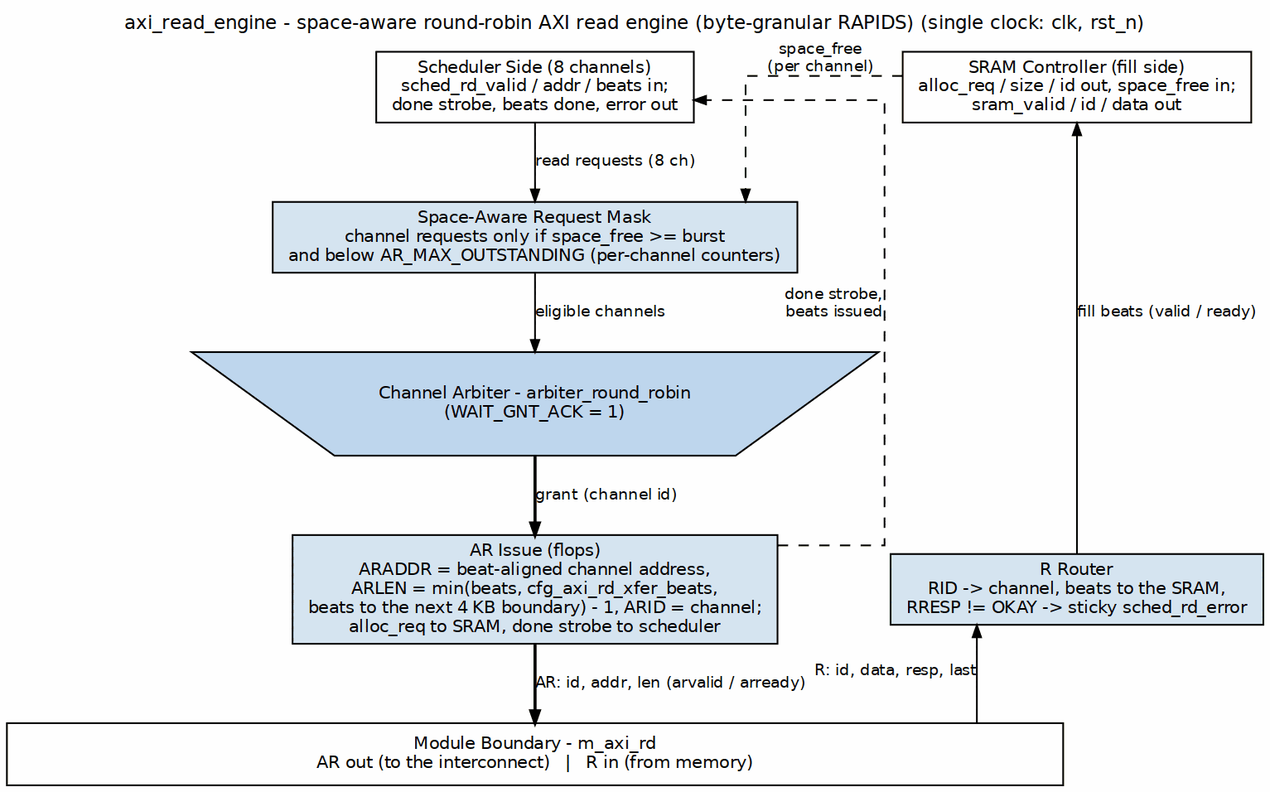
Earlier version of the Graphviz export projects/components/dma-ip/rapids/docs/rapids_mas/assets/graphviz/05_axi_read_engine.png (sean-galloway/RTLDesignSherpa). Its source is kept beside it as projects/components/dma-ip/rapids/docs/rapids_mas/assets/graphviz/05_axi_read_engine.dot.
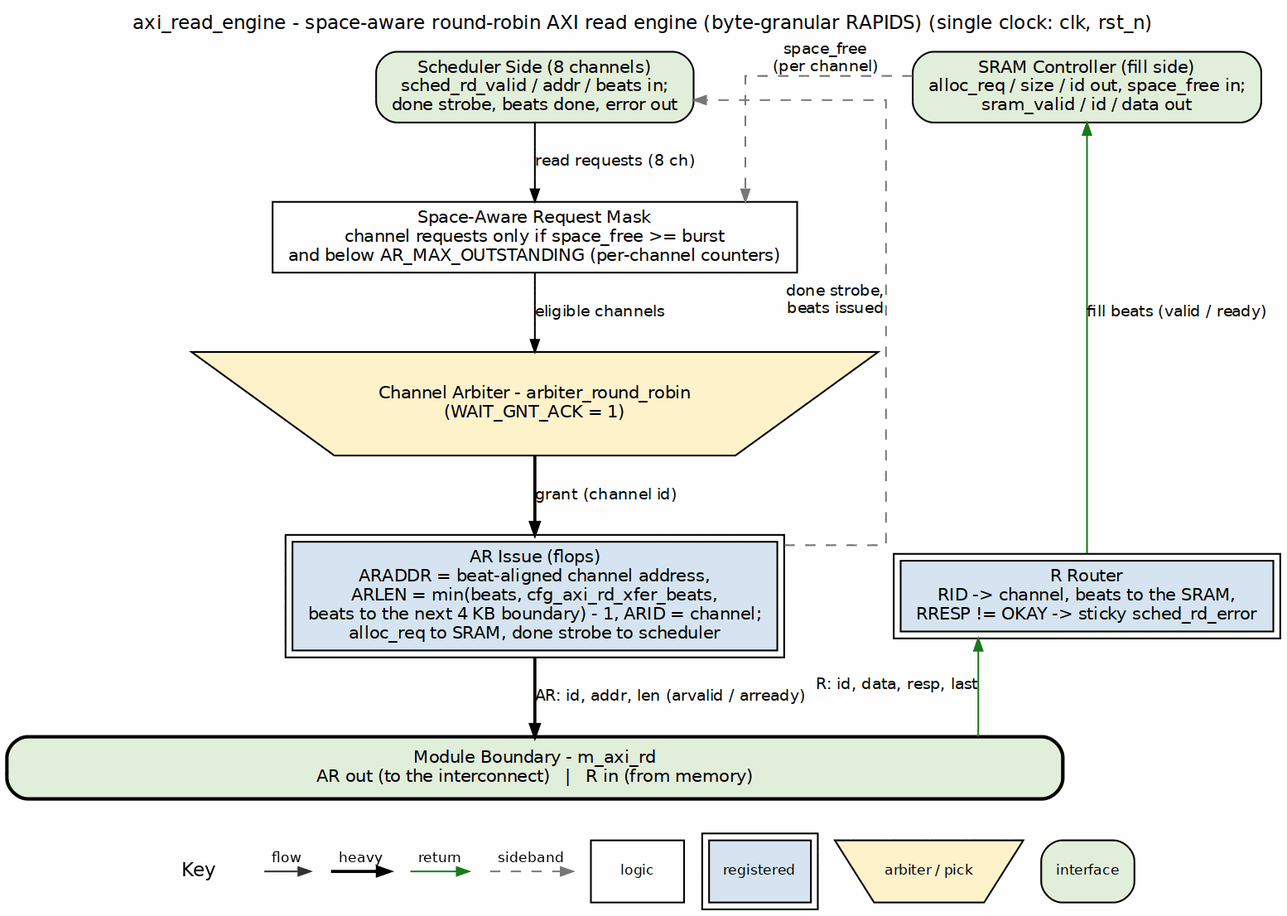
The same diagram one commit later.

What changed in the source:
```diff
@@ -4,27 +4,27 @@
            label="axi_read_engine - space-aware round-robin AXI read engine (byte-granular RAPIDS) (single clock: clk, rst_n)",
            labelloc=t, labeljust=c];
     node  [fontname="Helvetica", fontsize=10, shape=box, style=filled,
-           fillcolor="#D6E4F0", color="black", margin="0.12,0.06"];
+           fillcolor="white", color="black", margin="0.12,0.06"];
     edge  [fontname="Helvetica", fontsize=9, color="black", arrowsize=0.7];
 
-    sched [label="Scheduler Side (8 channels)\nsched_rd_valid / addr / beats in;\ndone strobe, beats done, error out", fillcolor="white", group=C];
-    sram  [label="SRAM Controller (fill side)\nalloc_req / size / id out, space_free in;\nsram_valid / id / data out", fillcolor="white", group=R];
+    sched [label="Scheduler Side (8 channels)\nsched_rd_valid / addr / beats in;\ndone strobe, beats done, error out", fillcolor="white", group=C, style="rounded,filled", fillcolor="#E2EFDA"];
+    sram  [label="SRAM Controller (fill side)\nalloc_req / size / id out, space_free in;\nsram_valid / id / data out", fillcolor="white", group=R, style="rounded,filled", fillcolor="#E2EFDA"];
 
-    mask  [label="Space-Aware Request Mask\nchannel requests only if space_free >= burst\nand below AR_MAX_OUTSTANDING (per-channel counters)", group=C];
-    arb   [label="Channel Arbiter - arbiter_round_robin\n(WAIT_GNT_ACK = 1)", shape=invtrapezium, width=4.6, fillcolor="#BFD7EE", group=C];
-    ar    [label="AR Issue (flops)\nARADDR = beat-aligned channel address,\nARLEN = min(beats, cfg_axi_rd_xfer_beats,\nbeats to the next 4 KB boundary) - 1, ARID = channel;\nalloc_req to SRAM, done strobe to scheduler", group=C];
-    rr    [label="R Router\nRID -> channel, beats to the SRAM,\nRRESP != OKAY -> sticky sched_rd_error", group=R];
+    mask  [label="Space-Aware Request Mask\nchannel requests only if space_free >= burst\nand below AR_MAX_OUTSTANDING (per-channel counters)", group=C, style="filled", fillcolor="white"];
+    arb   [label="Channel Arbiter - arbiter_round_robin\n(WAIT_GNT_ACK = 1)", shape=invtrapezium, width=4.6, fillcolor="#BFD7EE", group=C, style="filled", fillcolor="#FFF2CC"];
+    ar    [label="AR Issue (flops)\nARADDR = beat-aligned channel address,\nARLEN = min(beats, cfg_axi_rd_xfer_beats,\nbeats to the next 4 KB boundary) - 1, ARID = channel;\nalloc_req to SRAM, done strobe to scheduler", group=C, peripheries=2, style="filled", fillcolor="#D6E4F0"];
+    rr    [label="R Router\nRID -> channel, beats to the SRAM,\nRRESP != OKAY -> sticky sched_rd_error", group=R, peripheries=2, style="filled", fillcolor="#D6E4F0"];
 
-    bar [label="Module Boundary - m_axi_rd\nAR out (to the interconnect)   |   R in (from memory)", fillcolor="white", width=8.5, group=C];
+    bar [label="Module Boundary - m_axi_rd\nAR out (to the interconnect)   |   R in (from memory)", fillcolor="white", width=8.5, group=C, style="rounded,filled,bold", fillcolor="#E2EFDA"];
 
     sched -> mask [label="read requests (8 ch)"];
-    sram  -> mask [style=dashed, xlabel="space_free\n(per channel)"];
+    sram  -> mask [style=dashed, color="#777777", xlabel="space_free\n(per channel)"];
     mask  -> arb  [label="eligible channels"];
     arb   -> ar   [label="grant (channel id)", penwidth=1.8];
-    ar    -> sched [style=dashed, constraint=false, xlabel="done strobe,\nbeats issued"];
+    ar    -> sched [style=dashed, color="#777777", constraint=false, xlabel="done strobe,\nbeats issued"];
     ar    -> bar  [label="AR: id, addr, len (arvalid / arready)", penwidth=1.8];
-    rr    -> bar  [dir=back, xlabel="R: id, data, resp, last"];
-    sram  -> rr   [dir=back, label="fill beats (valid / ready)"];
+    rr    -> bar  [color="#1A7A1A", dir=back, xlabel="R: id, data, resp, last"];
+    sram  -> rr   [color="#1A7A1A", dir=back, label="fill beats (valid / ready)"];
 
     { rank=same; mask; }
     { rank=same; ar; rr; }
```
